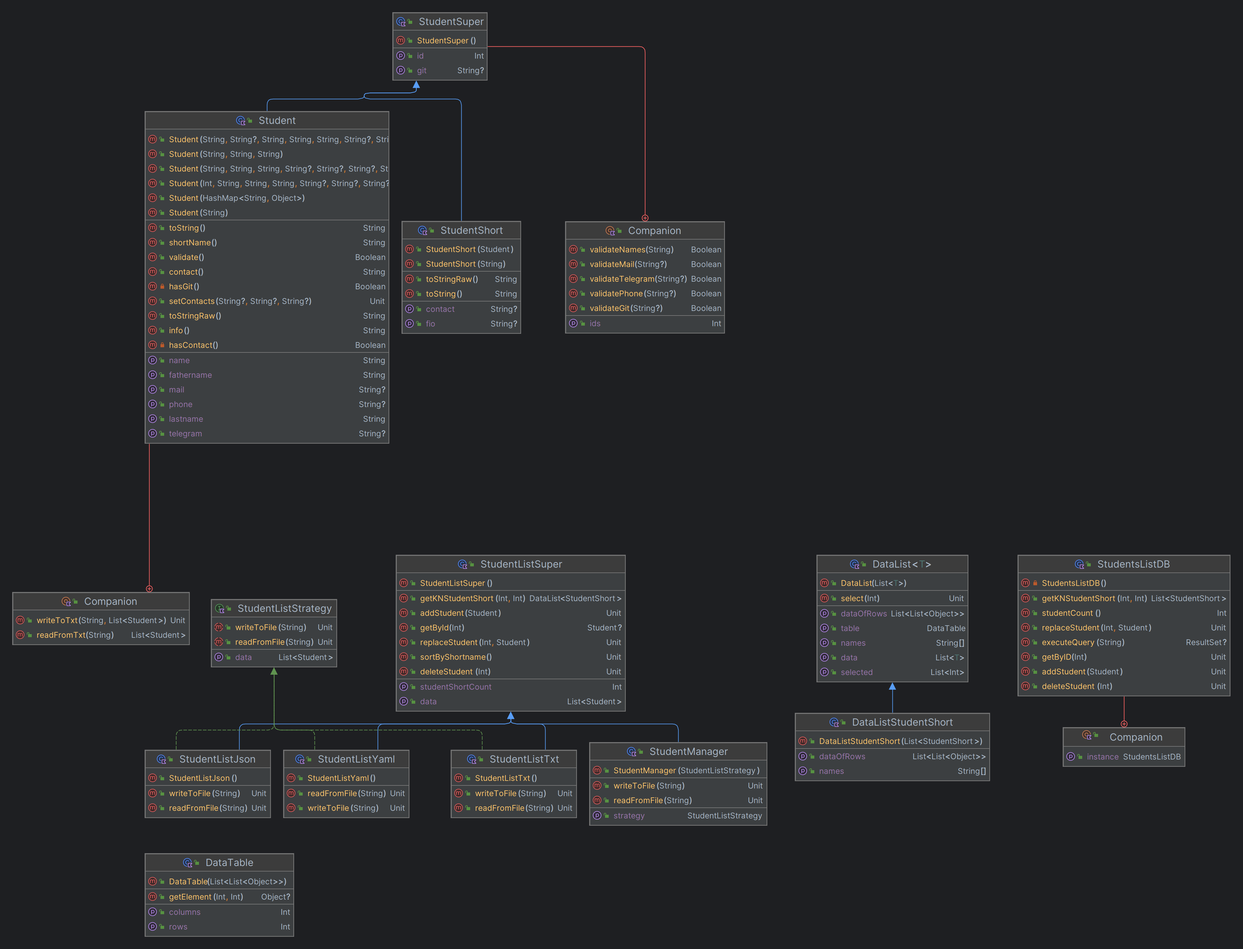
MR14Titan14/Patterns keeps this PlantUML diagram as Lab_1/src/main/kotlin/Classes.png. Above is the earlier version. Its source is kept beside it as Lab_1/src/main/kotlin/Classes.plantuml. Its diagram source:
```plantuml
@startuml

!theme plain
top to bottom direction
skinparam linetype ortho

class Companion {
   instance: StudentsListDB
}
class Companion {
  + validateNames(String): Boolean
  + validateMail(String?): Boolean
  + validateTelegram(String?): Boolean
  + validatePhone(String?): Boolean
  + validateGit(String?): Boolean
   ids: Int
}
class Companion {
  + writeToTxt(String, List<Student>): Unit
  + readFromTxt(String): List<Student>
}
class DataList<T> {
  + DataList(List<T>):
  + select(Int): Unit
   dataOfRows: List<List<Object>>
   table: DataTable
   names: String[]
   data: List<T>
   selected: List<Int>
}
class DataListStudentShort {
  + DataListStudentShort(List<StudentShort>):
   dataOfRows: List<List<Object>>
   names: String[]
}
class DataTable {
  + DataTable(List<List<Object>>):
  + getElement(Int, Int): Object?
   columns: Int
   rows: Int
}
class Student {
  + Student(String, String?, String, String, String, String?, String?, String?):
  + Student(String, String, String):
  + Student(String, String, String, String?, String?, String?, String?):
  + Student(Int, String, String, String, String?, String?, String?, String?):
  + Student(HashMap<String, Object>):
  + Student(String):
  + toString(): String
  + shortName(): String
  + validate(): Boolean
  + contact(): String
  - hasGit(): Boolean
  + setContacts(String?, String?, String?): Unit
  + toStringRaw(): String
  + info(): String
  - hasContact(): Boolean
   name: String
   fathername: String
   mail: String?
   phone: String?
   lastname: String
   telegram: String?
}
class StudentListJson {
  + StudentListJson():
  + writeToFile(String): Unit
  + readFromFile(String): Unit
}
interface StudentListStrategy << interface >> {
  + writeToFile(String): Unit
  + readFromFile(String): Unit
   data: List<Student>
}
class StudentListSuper {
  + StudentListSuper():
  + getKNStudentShort(Int, Int): DataList<StudentShort>
  + addStudent(Student): Unit
  + getById(Int): Student?
  + replaceStudent(Int, Student): Unit
  + sortByShortname(): Unit
  + deleteStudent(Int): Unit
   studentShortCount: Int
   data: List<Student>
}
class StudentListTxt {
  + StudentListTxt():
  + writeToFile(String): Unit
  + readFromFile(String): Unit
}
class StudentListYaml {
  + StudentListYaml():
  + readFromFile(String): Unit
  + writeToFile(String): Unit
}
class StudentManager {
  + StudentManager(StudentListStrategy):
  + writeToFile(String): Unit
  + readFromFile(String): Unit
   strategy: StudentListStrategy
}
class StudentShort {
  + StudentShort(Student):
  + StudentShort(String):
  + toStringRaw(): String
  + toString(): String
   contact: String?
   fio: String?
}
class StudentSuper {
  + StudentSuper():
   id: Int
   git: String?
}
class StudentsListDB {
  - StudentsListDB():
  + getKNStudentShort(Int, Int): List<StudentShort>
  + studentCount(): Int
  + replaceStudent(Int, Student): Unit
  + executeQuery(String): ResultSet?
  + getByID(Int): Unit
  + addStudent(Student): Unit
  + deleteStudent(Int): Unit
}

Companion             +-[#820000,plain]-  Student
Companion             +-[#820000,plain]-  StudentSuper
Companion             +-[#820000,plain]-  StudentsListDB
DataListStudentShort  -[#000082,plain]-^  DataList
Student               -[#000082,plain]-^  StudentSuper
StudentListJson       -[#008200,dashed]-^  StudentListStrategy
StudentListJson       -[#000082,plain]-^  StudentListSuper
StudentListTxt        -[#008200,dashed]-^  StudentListStrategy
StudentListTxt        -[#000082,plain]-^  StudentListSuper
StudentListYaml       -[#008200,dashed]-^  StudentListStrategy
StudentListYaml       -[#000082,plain]-^  StudentListSuper
StudentManager        -[#000082,plain]-^  StudentListSuper
StudentShort          -[#000082,plain]-^  StudentSuper
@enduml
```
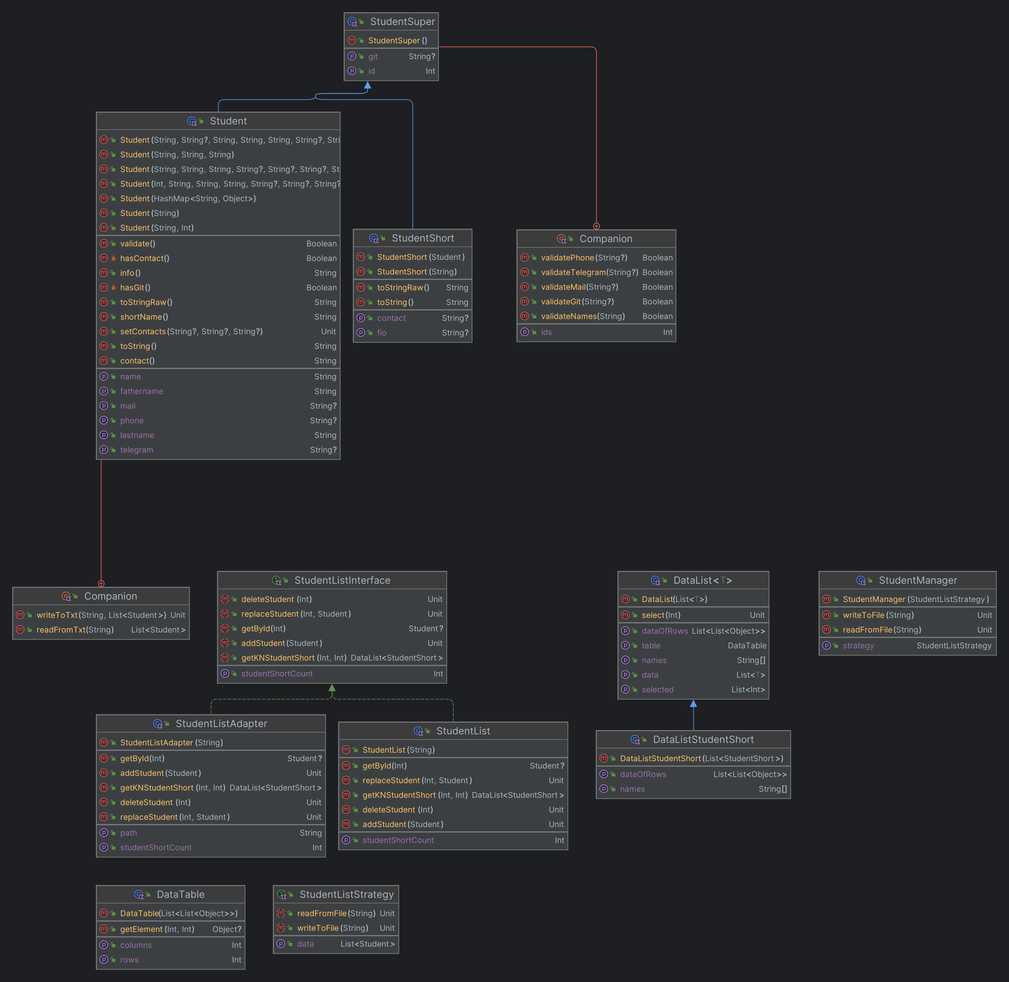
The same diagram one commit later.

Commit message:
5.3,4 Обновлена диаграмма классов

Change to the diagram source:
```diff
@@ -5,14 +5,11 @@
 skinparam linetype ortho
 
 class Companion {
-   instance: StudentsListDB
-}
-class Companion {
+  + validatePhone(String?): Boolean
+  + validateTelegram(String?): Boolean
+  + validateMail(String?): Boolean
+  + validateGit(String?): Boolean
   + validateNames(String): Boolean
-  + validateMail(String?): Boolean
-  + validateTelegram(String?): Boolean
-  + validatePhone(String?): Boolean
-  + validateGit(String?): Boolean
    ids: Int
 }
 class Companion {
@@ -46,15 +43,16 @@
   + Student(Int, String, String, String, String?, String?, String?, String?):
   + Student(HashMap<String, Object>):
   + Student(String):
+  + Student(String, Int):
+  + validate(): Boolean
+  - hasContact(): Boolean
+  + info(): String
+  - hasGit(): Boolean
+  + toStringRaw(): String
+  + shortName(): String
+  + setContacts(String?, String?, String?): Unit
   + toString(): String
-  + shortName(): String
-  + validate(): Boolean
   + contact(): String
-  - hasGit(): Boolean
-  + setContacts(String?, String?, String?): Unit
-  + toStringRaw(): String
-  + info(): String
-  - hasContact(): Boolean
    name: String
    fathername: String
    mail: String?
@@ -62,36 +60,37 @@
    lastname: String
    telegram: String?
 }
-class StudentListJson {
-  + StudentListJson():
-  + writeToFile(String): Unit
-  + readFromFile(String): Unit
+class StudentList {
+  + StudentList(String):
+  + getById(Int): Student?
+  + replaceStudent(Int, Student): Unit
+  + getKNStudentShort(Int, Int): DataList<StudentShort>
+  + deleteStudent(Int): Unit
+  + addStudent(Student): Unit
+   studentShortCount: Int
+}
+class StudentListAdapter {
+  + StudentListAdapter(String):
+  + getById(Int): Student?
+  + addStudent(Student): Unit
+  + getKNStudentShort(Int, Int): DataList<StudentShort>
+  + deleteStudent(Int): Unit
+  + replaceStudent(Int, Student): Unit
+   path: String
+   studentShortCount: Int
+}
+interface StudentListInterface << interface >> {
+  + deleteStudent(Int): Unit
+  + replaceStudent(Int, Student): Unit
+  + getById(Int): Student?
+  + addStudent(Student): Unit
+  + getKNStudentShort(Int, Int): DataList<StudentShort>
+   studentShortCount: Int
 }
 interface StudentListStrategy << interface >> {
-  + writeToFile(String): Unit
-  + readFromFile(String): Unit
-   data: List<Student>
-}
-class StudentListSuper {
-  + StudentListSuper():
-  + getKNStudentShort(Int, Int): DataList<StudentShort>
-  + addStudent(Student): Unit
-  + getById(Int): Student?
-  + replaceStudent(Int, Student): Unit
-  + sortByShortname(): Unit
-  + deleteStudent(Int): Unit
-   studentShortCount: Int
-   data: List<Student>
-}
-class StudentListTxt {
-  + StudentListTxt():
-  + writeToFile(String): Unit
-  + readFromFile(String): Unit
-}
-class StudentListYaml {
-  + StudentListYaml():
   + readFromFile(String): Unit
   + writeToFile(String): Unit
+   data: List<Student>
 }
 class StudentManager {
   + StudentManager(StudentListStrategy):
@@ -109,31 +108,15 @@
 }
 class StudentSuper {
   + StudentSuper():
+   git: String?
    id: Int
-   git: String?
-}
-class StudentsListDB {
-  - StudentsListDB():
-  + getKNStudentShort(Int, Int): List<StudentShort>
-  + studentCount(): Int
-  + replaceStudent(Int, Student): Unit
-  + executeQuery(String): ResultSet?
-  + getByID(Int): Unit
-  + addStudent(Student): Unit
-  + deleteStudent(Int): Unit
 }
 
 Companion             +-[#820000,plain]-  Student
 Companion             +-[#820000,plain]-  StudentSuper
-Companion             +-[#820000,plain]-  StudentsListDB
 DataListStudentShort  -[#000082,plain]-^  DataList
 Student               -[#000082,plain]-^  StudentSuper
-StudentListJson       -[#008200,dashed]-^  StudentListStrategy
-StudentListJson       -[#000082,plain]-^  StudentListSuper
-StudentListTxt        -[#008200,dashed]-^  StudentListStrategy
-StudentListTxt        -[#000082,plain]-^  StudentListSuper
-StudentListYaml       -[#008200,dashed]-^  StudentListStrategy
-StudentListYaml       -[#000082,plain]-^  StudentListSuper
-StudentManager        -[#000082,plain]-^  StudentListSuper
+StudentList           -[#008200,dashed]-^  StudentListInterface
+StudentListAdapter    -[#008200,dashed]-^  StudentListInterface
 StudentShort          -[#000082,plain]-^  StudentSuper
 @enduml
```
